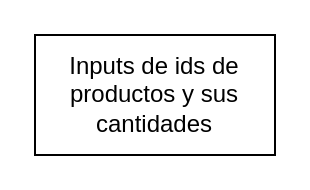
The draw.io diagram page "Venta" (2 of 2) of diagrama.drawio in Fabrizio-Alvarez/Ejercicio-Arquitectura, before the edit. Source tidied: cells renumbered, new cells numbered last; positions are measured from the earlier drawing's top-left corner, leaving out a move shared by most shapes. Both pictures are drawn from the tidied source at 200%, with x=0, y=0 at pixel (34, 34).
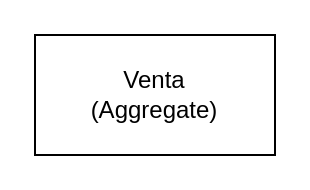
After the change.

Diff of the diagram source:
```diff
@@
 <mxGraphModel>
   <root>
     <mxCell id="0" />
     <mxCell id="1" parent="0" />
-    <mxCell id="2" value="Inputs de ids de productos y sus cantidades" style="rounded=0;whiteSpace=wrap;html=1;" parent="1" vertex="1">
+    <mxCell id="2" value="Venta&lt;br&gt;(Aggregate)" style="rounded=0;whiteSpace=wrap;html=1;" parent="1" vertex="1">
       <mxGeometry width="120" height="60" as="geometry" />
     </mxCell>
   </root>
 </mxGraphModel>
```
